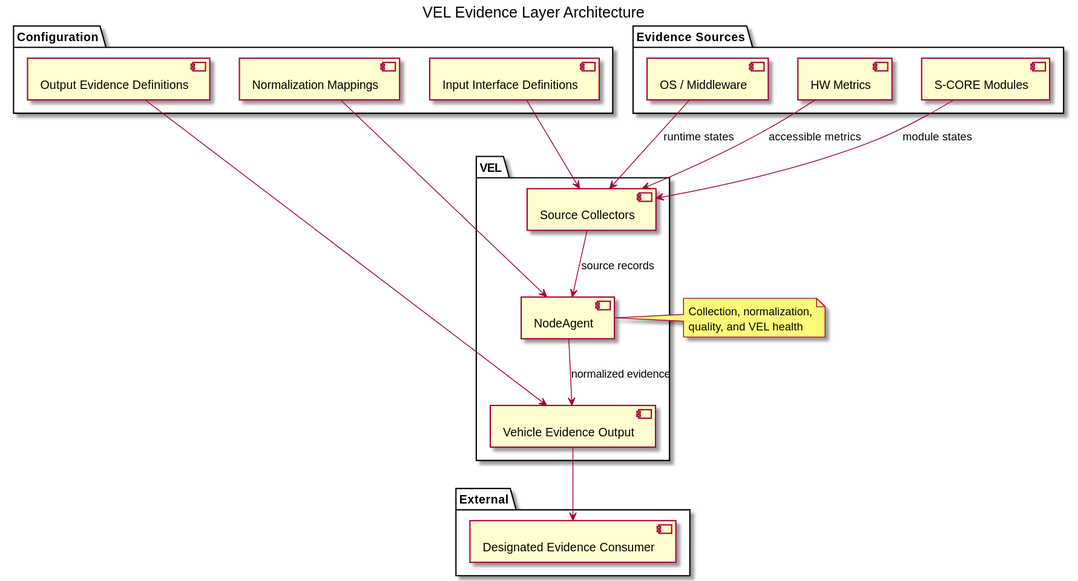
The PlantUML diagram docs/features/assets/VEL_architecture.svg in eclipse-pullpiri/vel, before a commit.
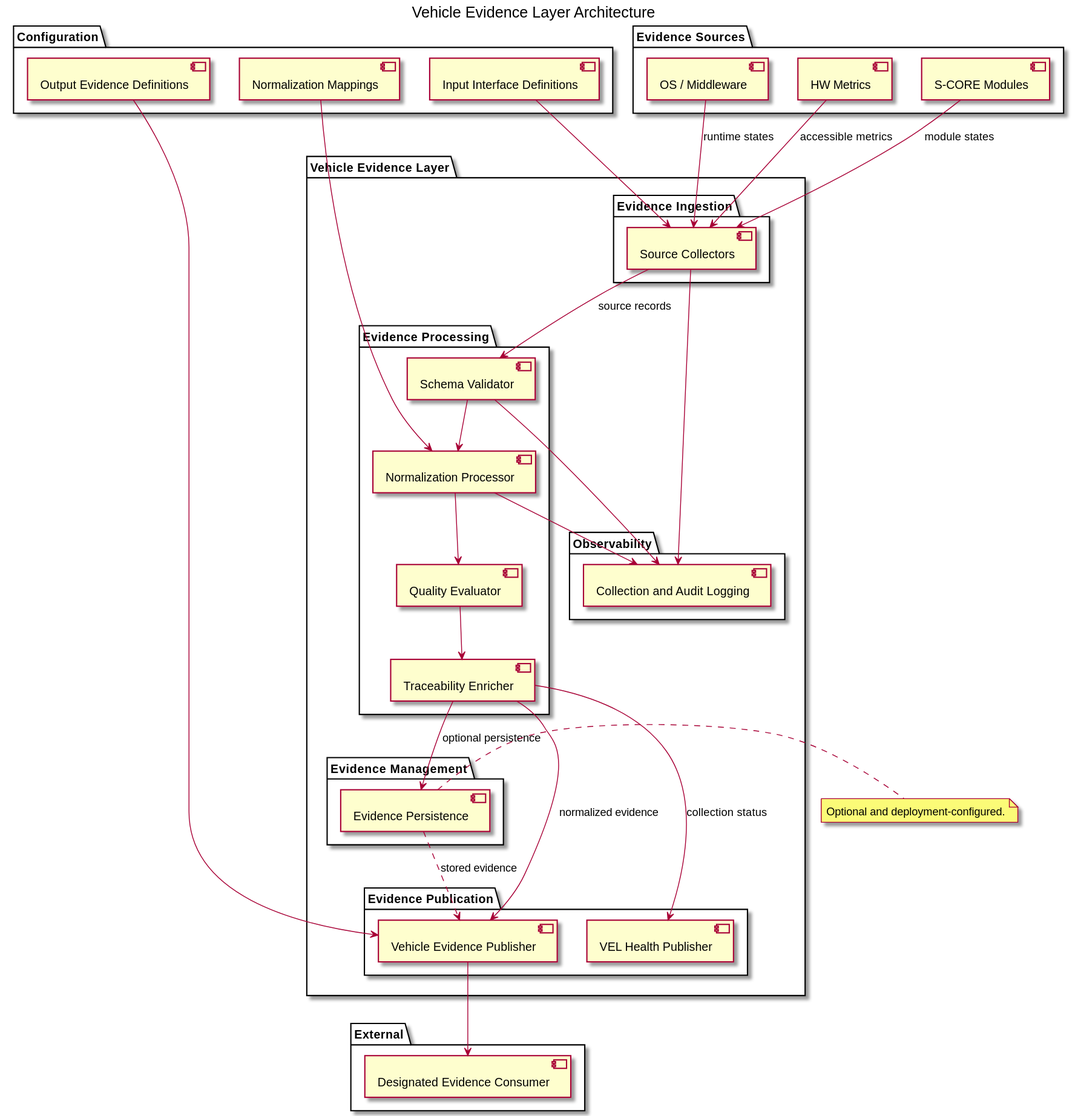
Above is the later version.

Commit message:
docs(architecture): decompose Vehicle Evidence Layer responsibilities [#18] [#19]

What changed in the source:
```diff
@@ -1,5 +1,5 @@
 @startuml
-title VEL Evidence Layer Architecture
+title Vehicle Evidence Layer Architecture
 
 package "Evidence Sources" {
   [OS / Middleware]
@@ -7,10 +7,26 @@
   [S-CORE Modules]
 }
 
-package "VEL" {
-  [Source Collectors]
-  [NodeAgent]
-  [Vehicle Evidence Output]
+package "Vehicle Evidence Layer" {
+  package "Evidence Ingestion" {
+    [Source Collectors]
+  }
+  package "Evidence Processing" {
+    [Schema Validator]
+    [Normalization Processor]
+    [Quality Evaluator]
+    [Traceability Enricher]
+  }
+  package "Evidence Management" {
+    [Evidence Persistence]
+  }
+  package "Evidence Publication" {
+    [Vehicle Evidence Publisher]
+    [VEL Health Publisher]
+  }
+  package "Observability" {
+    [Collection and Audit Logging]
+  }
 }
 
 package "Configuration" {
@@ -27,14 +43,23 @@
 [HW Metrics] --> [Source Collectors] : accessible metrics
 [S-CORE Modules] --> [Source Collectors] : module states
 [Input Interface Definitions] --> [Source Collectors]
-[Source Collectors] --> [NodeAgent] : source records
-[Normalization Mappings] --> [NodeAgent]
-[NodeAgent] --> [Vehicle Evidence Output] : normalized evidence
-[Output Evidence Definitions] --> [Vehicle Evidence Output]
-[Vehicle Evidence Output] --> [Designated Evidence Consumer]
+[Source Collectors] --> [Schema Validator] : source records
+[Schema Validator] --> [Normalization Processor]
+[Normalization Mappings] --> [Normalization Processor]
+[Normalization Processor] --> [Quality Evaluator]
+[Quality Evaluator] --> [Traceability Enricher]
+[Traceability Enricher] --> [Evidence Persistence] : optional persistence
+[Traceability Enricher] --> [Vehicle Evidence Publisher] : normalized evidence
+[Output Evidence Definitions] --> [Vehicle Evidence Publisher]
+[Vehicle Evidence Publisher] --> [Designated Evidence Consumer]
+[Traceability Enricher] --> [VEL Health Publisher] : collection status
+[Source Collectors] --> [Collection and Audit Logging]
+[Schema Validator] --> [Collection and Audit Logging]
+[Normalization Processor] --> [Collection and Audit Logging]
+[Evidence Persistence] ..> [Vehicle Evidence Publisher] : stored evidence
 
-note right of [NodeAgent]
-Collection, normalization,
-quality, and VEL health
+note right of [Evidence Persistence]
+Optional and deployment-configured.
 end note
+
 @enduml
```
